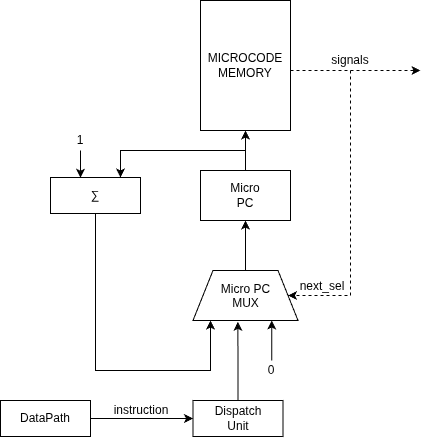
IlyaGorelov/meow keeps this draw.io diagram as controlunit.png. Above is the earlier version. Source tidied: cells renumbered, new cells last; positions are measured from the earlier drawing's top-left corner, leaving out a move shared by most shapes. The source it was exported from:
```xml
<mxGraphModel>
  <root>
    <mxCell id="0" />
    <mxCell id="1" parent="0" />
    <mxCell id="2" style="rounded=0;jettySize=auto;html=1;entryX=0;entryY=0.5;entryDx=0;entryDy=0;defaultLabelBackgroundColor=page;" parent="1" edge="1" source="3" target="16">
      <mxGeometry x="0.15" relative="1" as="geometry" />
    </mxCell>
    <mxCell id="3" value="DataPath" style="rounded=0;whiteSpace=wrap;html=1;" parent="1" vertex="1">
      <mxGeometry y="400" width="90" height="36" as="geometry" />
    </mxCell>
    <mxCell id="4" value="instruction" style="text;html=1;whiteSpace=wrap;strokeColor=none;fillColor=none;align=center;verticalAlign=middle;rounded=0;" parent="1" vertex="1">
      <mxGeometry x="111" y="400" width="60" height="20" as="geometry" />
    </mxCell>
    <mxCell id="5" style="edgeStyle=orthogonalEdgeStyle;rounded=0;jettySize=auto;html=1;defaultLabelBackgroundColor=page;entryX=0.5;entryY=1;entryDx=0;entryDy=0;" parent="1" edge="1" source="6" target="8">
      <mxGeometry relative="1" as="geometry" />
    </mxCell>
    <mxCell id="6" value="Micro&lt;div&gt;PC&lt;/div&gt;" style="rounded=0;whiteSpace=wrap;html=1;" parent="1" vertex="1">
      <mxGeometry x="200" y="170" width="90" height="50" as="geometry" />
    </mxCell>
    <mxCell id="7" style="edgeStyle=orthogonalEdgeStyle;rounded=0;jettySize=auto;html=1;defaultLabelBackgroundColor=page;dashed=1;" parent="1" edge="1" source="8">
      <mxGeometry x="-0.03" relative="1" as="geometry">
        <mxPoint x="420" y="70" as="targetPoint" />
        <Array as="points">
          <mxPoint x="410" y="70" />
        </Array>
      </mxGeometry>
    </mxCell>
    <mxCell id="8" value="MICROCODE&lt;div&gt;MEMORY&lt;/div&gt;" style="rounded=0;whiteSpace=wrap;html=1;" parent="1" vertex="1">
      <mxGeometry x="200" width="90" height="130" as="geometry" />
    </mxCell>
    <mxCell id="9" style="edgeStyle=orthogonalEdgeStyle;rounded=0;jettySize=auto;html=1;defaultLabelBackgroundColor=page;exitX=0.5;exitY=1;exitDx=0;exitDy=0;" parent="1" edge="1" source="10" target="15">
      <mxGeometry x="0.11" relative="1" as="geometry">
        <Array as="points">
          <mxPoint x="95" y="370" />
          <mxPoint x="210" y="370" />
        </Array>
      </mxGeometry>
    </mxCell>
    <mxCell id="10" value="∑" style="rounded=0;whiteSpace=wrap;html=1;" parent="1" vertex="1">
      <mxGeometry x="50" y="177" width="90" height="36" as="geometry" />
    </mxCell>
    <mxCell id="11" style="edgeStyle=orthogonalEdgeStyle;rounded=0;jettySize=auto;html=1;defaultLabelBackgroundColor=page;exitX=0.5;exitY=0;exitDx=0;exitDy=0;" parent="1" edge="1" source="6" target="10">
      <mxGeometry x="0.53" relative="1" as="geometry">
        <Array as="points">
          <mxPoint x="245" y="150" />
          <mxPoint x="120" y="150" />
        </Array>
      </mxGeometry>
    </mxCell>
    <mxCell id="12" style="endArrow=classic;html=1;rounded=0;defaultLabelBackgroundColor=page;entryX=0.333;entryY=0.006;entryDx=0;entryDy=0;entryPerimeter=0;" parent="1" edge="1" target="10">
      <mxGeometry relative="1" as="geometry">
        <mxPoint x="80" y="150" as="sourcePoint" />
      </mxGeometry>
    </mxCell>
    <mxCell id="13" value="1" style="text;html=1;whiteSpace=wrap;strokeColor=none;fillColor=none;align=center;verticalAlign=middle;rounded=0;" parent="1" vertex="1">
      <mxGeometry x="75" y="130" width="10" height="20" as="geometry" />
    </mxCell>
    <mxCell id="14" style="edgeStyle=orthogonalEdgeStyle;rounded=0;jettySize=auto;html=1;entryX=0.5;entryY=1;entryDx=0;entryDy=0;defaultLabelBackgroundColor=page;" parent="1" edge="1" source="15" target="6">
      <mxGeometry relative="1" as="geometry" />
    </mxCell>
    <mxCell id="15" value="Micro PC&lt;div&gt;MUX&lt;/div&gt;" style="shape=trapezoid;perimeter=trapezoidPerimeter;whiteSpace=wrap;html=1;shapeInside=1;fixedSize=1;" parent="1" vertex="1">
      <mxGeometry x="192.5" y="270" width="105" height="50" as="geometry" />
    </mxCell>
    <mxCell id="16" value="Dispatch&lt;div&gt;Unit&lt;/div&gt;" style="rounded=0;whiteSpace=wrap;html=1;" parent="1" vertex="1">
      <mxGeometry x="192.5" y="400" width="90" height="36" as="geometry" />
    </mxCell>
    <mxCell id="17" style="edgeStyle=orthogonalEdgeStyle;rounded=0;jettySize=auto;html=1;entryX=0.427;entryY=1.027;entryDx=0;entryDy=0;entryPerimeter=0;defaultLabelBackgroundColor=page;" parent="1" edge="1" source="16" target="15">
      <mxGeometry x="0.01" relative="1" as="geometry" />
    </mxCell>
    <mxCell id="18" style="endArrow=classic;html=1;rounded=0;defaultLabelBackgroundColor=page;entryX=0.75;entryY=1;entryDx=0;entryDy=0;" parent="1" edge="1" target="15">
      <mxGeometry relative="1" as="geometry">
        <mxPoint x="271.2" y="360" as="sourcePoint" />
      </mxGeometry>
    </mxCell>
    <mxCell id="19" value="0" style="text;html=1;whiteSpace=wrap;strokeColor=none;fillColor=none;align=center;verticalAlign=middle;rounded=0;" parent="1" vertex="1">
      <mxGeometry x="266" y="360" width="10" height="20" as="geometry" />
    </mxCell>
    <mxCell id="20" value="signals" style="text;html=1;whiteSpace=wrap;strokeColor=none;fillColor=none;align=center;verticalAlign=middle;rounded=0;" parent="1" vertex="1">
      <mxGeometry x="320" y="50" width="60" height="20" as="geometry" />
    </mxCell>
    <mxCell id="21" style="endArrow=classic;html=1;rounded=0;defaultLabelBackgroundColor=page;entryX=1;entryY=0.5;entryDx=0;entryDy=0;dashed=1;" parent="1" edge="1" target="15">
      <mxGeometry relative="1" as="geometry">
        <mxPoint x="350" y="70" as="sourcePoint" />
        <Array as="points">
          <mxPoint x="350" y="295" />
        </Array>
      </mxGeometry>
    </mxCell>
    <mxCell id="22" value="next_sel" style="text;html=1;whiteSpace=wrap;strokeColor=none;fillColor=none;align=center;verticalAlign=middle;rounded=0;" parent="1" vertex="1">
      <mxGeometry x="292" y="276" width="60" height="20" as="geometry" />
    </mxCell>
  </root>
</mxGraphModel>
```
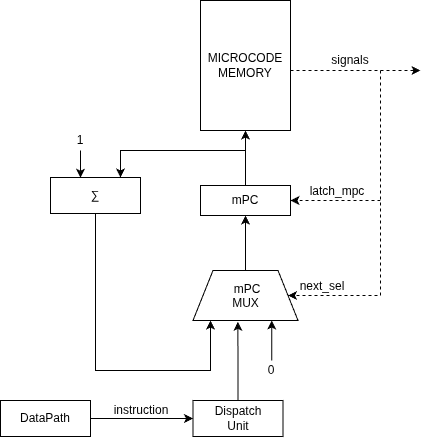
After the commit.

Diff of the diagram source:
```diff
@@ -14,8 +14,8 @@
     <mxCell id="5" style="edgeStyle=orthogonalEdgeStyle;rounded=0;jettySize=auto;html=1;defaultLabelBackgroundColor=page;entryX=0.5;entryY=1;entryDx=0;entryDy=0;" parent="1" edge="1" source="6" target="8">
       <mxGeometry relative="1" as="geometry" />
     </mxCell>
-    <mxCell id="6" value="Micro&lt;div&gt;PC&lt;/div&gt;" style="rounded=0;whiteSpace=wrap;html=1;" parent="1" vertex="1">
-      <mxGeometry x="200" y="170" width="90" height="50" as="geometry" />
+    <mxCell id="6" value="mPC" style="rounded=0;whiteSpace=wrap;html=1;" parent="1" vertex="1">
+      <mxGeometry x="200" y="185" width="90" height="30" as="geometry" />
     </mxCell>
     <mxCell id="7" style="edgeStyle=orthogonalEdgeStyle;rounded=0;jettySize=auto;html=1;defaultLabelBackgroundColor=page;dashed=1;" parent="1" edge="1" source="8">
       <mxGeometry x="-0.03" relative="1" as="geometry">
@@ -58,7 +58,7 @@
     <mxCell id="14" style="edgeStyle=orthogonalEdgeStyle;rounded=0;jettySize=auto;html=1;entryX=0.5;entryY=1;entryDx=0;entryDy=0;defaultLabelBackgroundColor=page;" parent="1" edge="1" source="15" target="6">
       <mxGeometry relative="1" as="geometry" />
     </mxCell>
-    <mxCell id="15" value="Micro PC&lt;div&gt;MUX&lt;/div&gt;" style="shape=trapezoid;perimeter=trapezoidPerimeter;whiteSpace=wrap;html=1;shapeInside=1;fixedSize=1;" parent="1" vertex="1">
+    <mxCell id="15" value="&amp;nbsp;mPC&lt;div&gt;MUX&lt;/div&gt;" style="shape=trapezoid;perimeter=trapezoidPerimeter;whiteSpace=wrap;html=1;shapeInside=1;fixedSize=1;" parent="1" vertex="1">
       <mxGeometry x="192.5" y="270" width="105" height="50" as="geometry" />
     </mxCell>
     <mxCell id="16" value="Dispatch&lt;div&gt;Unit&lt;/div&gt;" style="rounded=0;whiteSpace=wrap;html=1;" parent="1" vertex="1">
@@ -78,16 +78,23 @@
     <mxCell id="20" value="signals" style="text;html=1;whiteSpace=wrap;strokeColor=none;fillColor=none;align=center;verticalAlign=middle;rounded=0;" parent="1" vertex="1">
       <mxGeometry x="320" y="50" width="60" height="20" as="geometry" />
     </mxCell>
-    <mxCell id="21" style="endArrow=classic;html=1;rounded=0;defaultLabelBackgroundColor=page;entryX=1;entryY=0.5;entryDx=0;entryDy=0;dashed=1;" parent="1" edge="1" target="15">
+    <mxCell id="21" style="endArrow=classic;html=1;rounded=0;defaultLabelBackgroundColor=page;entryX=1;entryY=0.5;entryDx=0;entryDy=0;dashed=1;exitX=1;exitY=1;exitDx=0;exitDy=0;" parent="1" edge="1" source="20" target="15">
       <mxGeometry relative="1" as="geometry">
-        <mxPoint x="350" y="70" as="sourcePoint" />
         <Array as="points">
-          <mxPoint x="350" y="295" />
+          <mxPoint x="380" y="295" />
         </Array>
       </mxGeometry>
     </mxCell>
     <mxCell id="22" value="next_sel" style="text;html=1;whiteSpace=wrap;strokeColor=none;fillColor=none;align=center;verticalAlign=middle;rounded=0;" parent="1" vertex="1">
       <mxGeometry x="292" y="276" width="60" height="20" as="geometry" />
     </mxCell>
+    <mxCell id="23" style="endArrow=classic;html=1;rounded=0;defaultLabelBackgroundColor=page;labelPadding=0 4;entryX=1;entryY=0.5;entryDx=0;entryDy=0;dashed=1;" parent="1" edge="1" target="6">
+      <mxGeometry relative="1" as="geometry">
+        <mxPoint x="380" y="200" as="sourcePoint" />
+      </mxGeometry>
+    </mxCell>
+    <mxCell id="24" value="latch_mpc" style="text;html=1;whiteSpace=wrap;strokeColor=none;fillColor=none;align=center;verticalAlign=middle;rounded=0;" parent="1" vertex="1">
+      <mxGeometry x="307" y="181" width="60" height="20" as="geometry" />
+    </mxCell>
   </root>
 </mxGraphModel>
```
